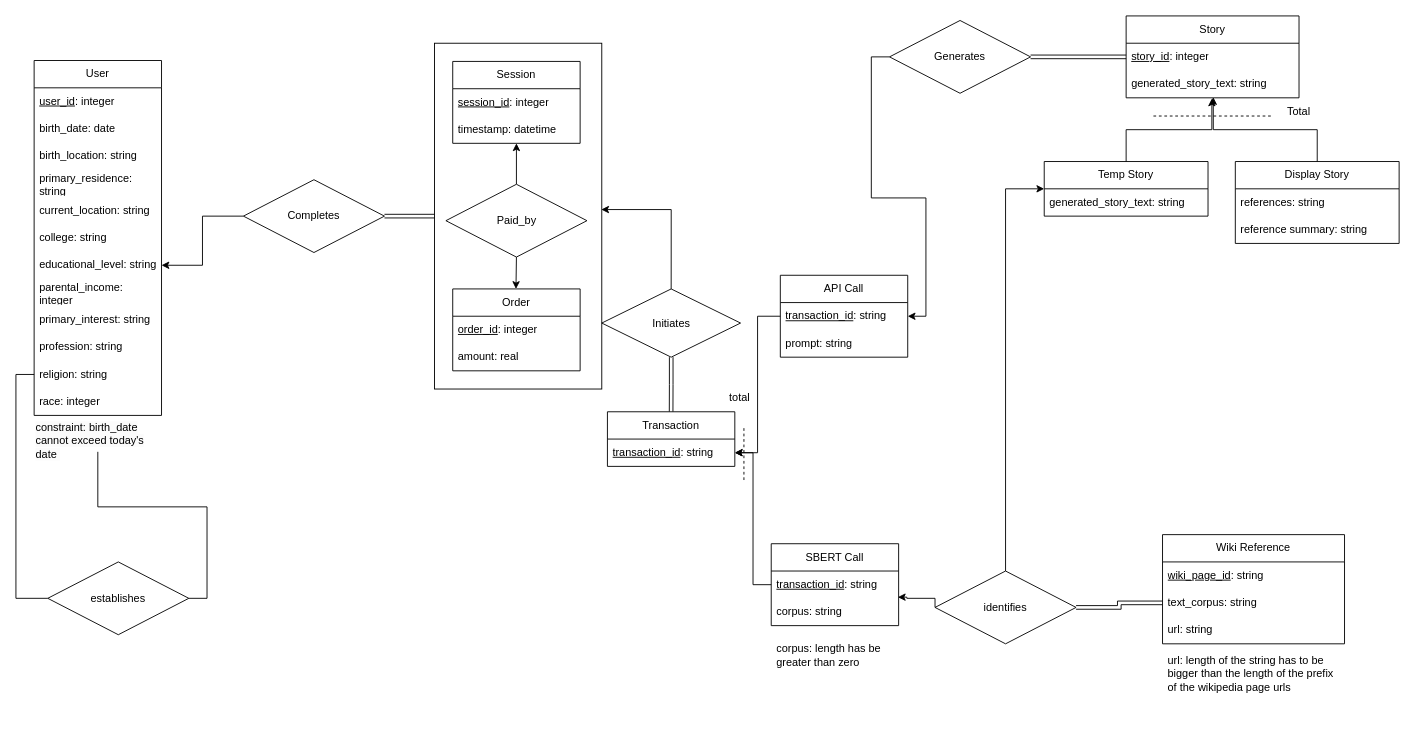
Earlier version of the draw.io diagram er_diagram.drawio (jiajiabinx/IChing). Source tidied: cells renumbered, new cells numbered last; positions are measured from the earlier drawing's top-left corner, leaving out a move shared by most shapes. Both pictures are drawn from the tidied source at 91%, with x=0, y=0 at pixel (34, 15).
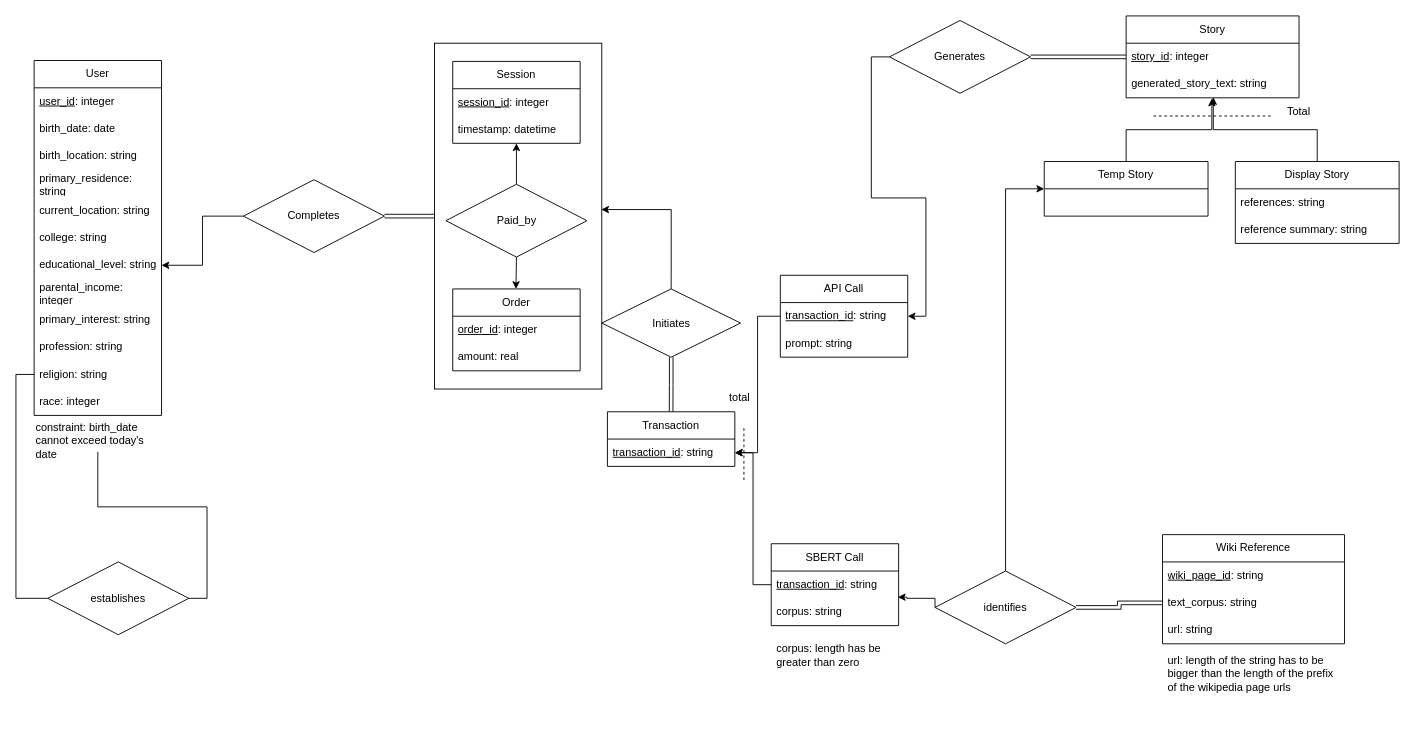
Above is the later version.

The change refers to these unchanged cells:
```xml
<mxCell id="14" value="Temp Story" style="swimlane;fontStyle=0;horizontal=1;startSize=30;whiteSpace=wrap;html=1;" parent="1" vertex="1">
  <mxGeometry x="1110" y="160" width="180" height="60" as="geometry" />
</mxCell>
```

The edit, as a diff of the source:
```diff
@@
-    <mxCell id="15" value="generated_story_text: string" style="text;strokeColor=none;fillColor=none;align=left;verticalAlign=middle;spacingLeft=4;spacingRight=4;overflow=hidden;whiteSpace=wrap;html=1;" parent="14" vertex="1">
-      <mxGeometry y="30" width="180" height="30" as="geometry" />
-    </mxCell>
```
